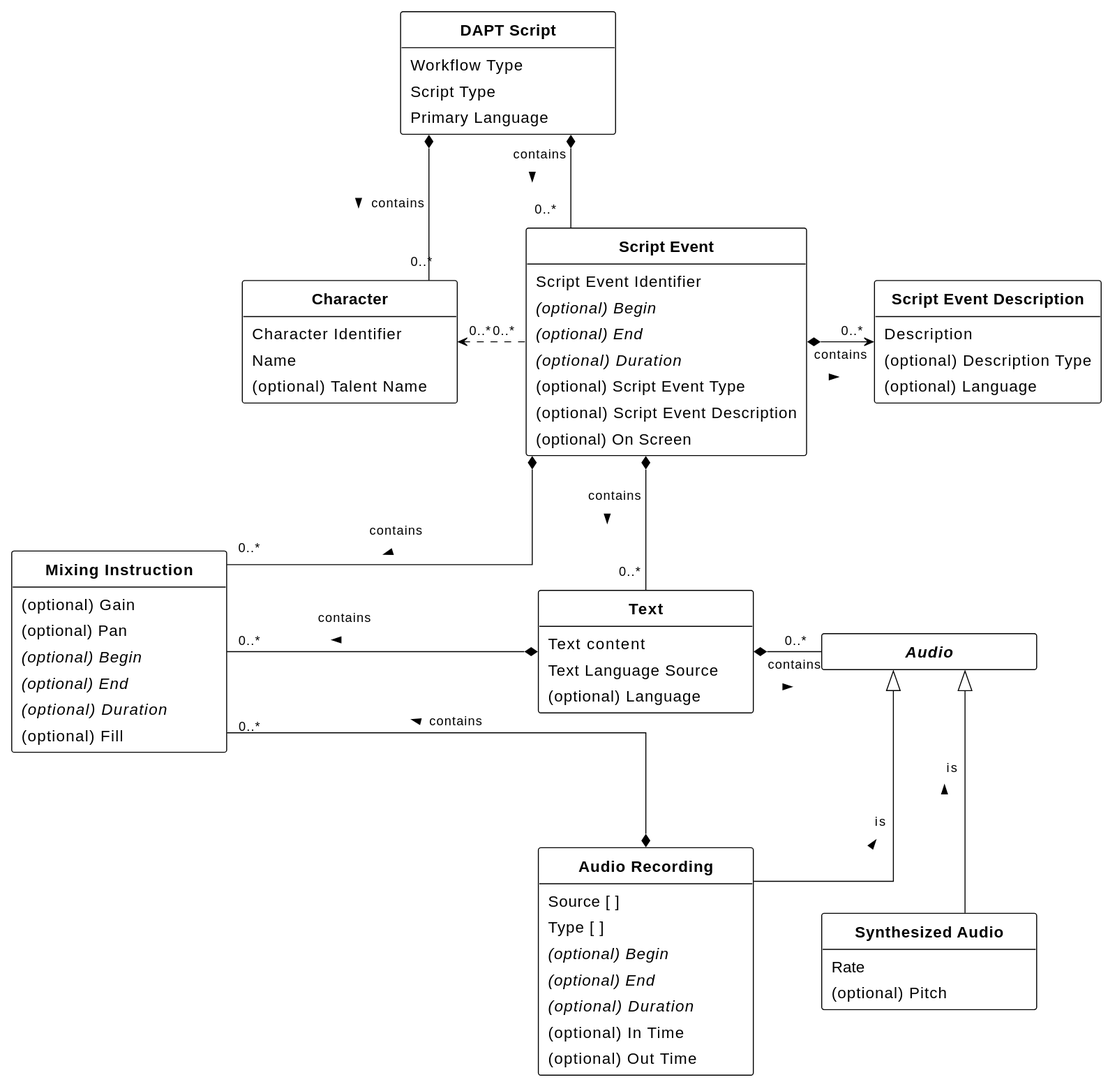
Above: figures/class-diagram.svg in w3c/dapt (PlantUML), before the change.
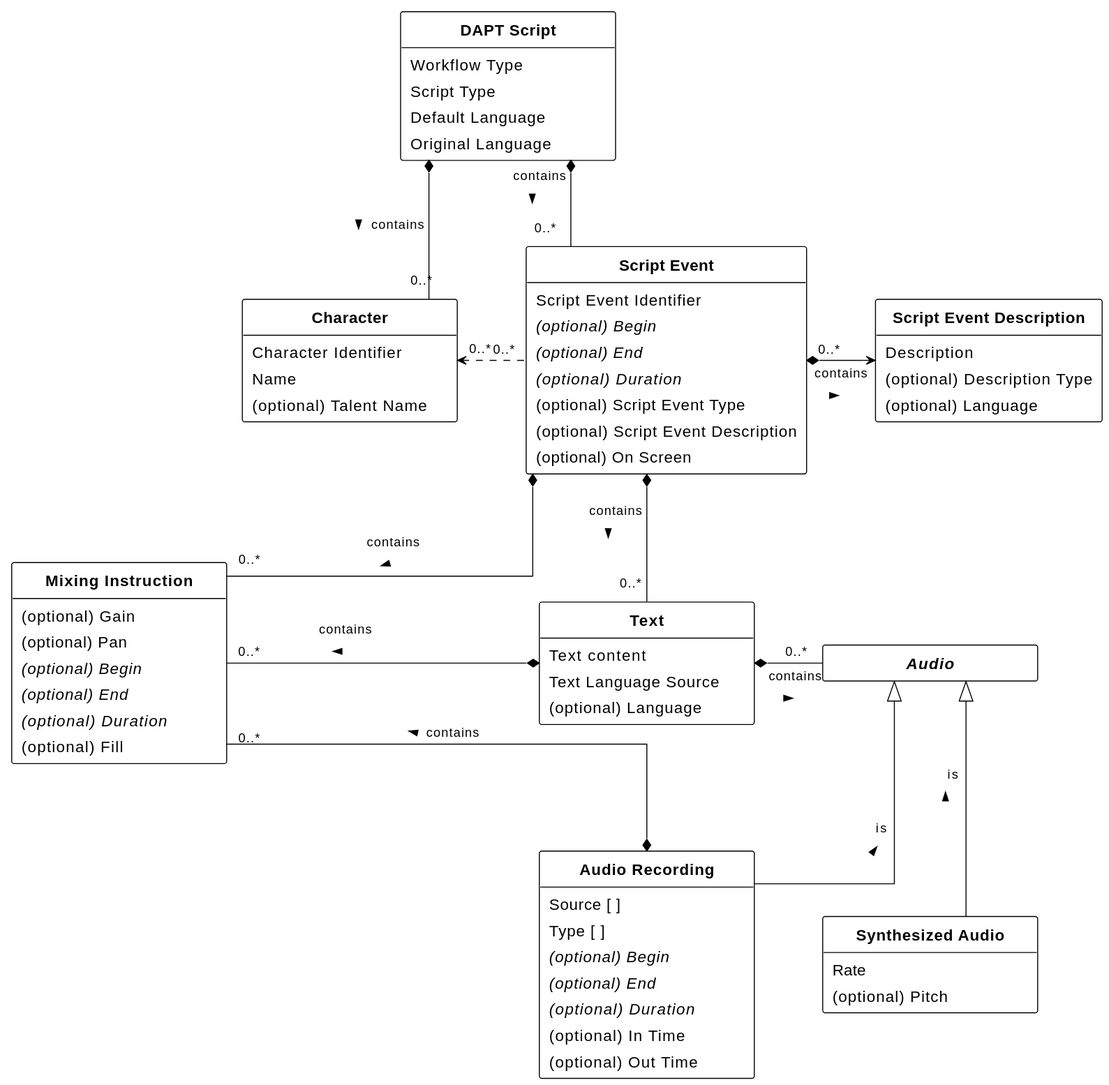
The same diagram one commit later.

Commit message:
Change Primary Language to Default Language, add Original Language

Diff of the diagram source:
```diff
@@ -14,7 +14,8 @@
 Class DAPTScript as "**DAPT Script**" [[#dapt-script]] {
     Workflow Type [[[#workflow-type]]]
     Script Type [[[#script-type]]]
-    Primary Language [[[#primary-language]]]
+    Default Language [[[#default-language]]]
+    Original Language [[[#original-language]]]
 }
 
 together {
```
